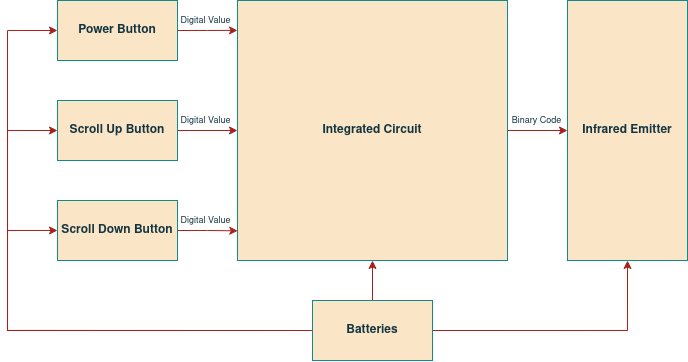
ESRGgroup9/slipad keeps this draw.io diagram as tv_remote/report/images/HW_Arch.png. Above is the earlier version. Source tidied: cells renumbered, new cells last; positions are measured from the earlier drawing's top-left corner, leaving out a move shared by most shapes. Its diagram source:
```xml
<mxGraphModel>
  <root>
    <mxCell id="0" />
    <mxCell id="1" parent="0" />
    <mxCell id="2" style="edgeStyle=orthogonalEdgeStyle;rounded=0;jettySize=auto;html=1;exitX=1;exitY=0.5;exitDx=0;exitDy=0;entryX=0.5;entryY=1;entryDx=0;entryDy=0;labelBackgroundColor=#DAD2D8;strokeColor=#A8201A;fontColor=#143642;" parent="1" edge="1" source="7" target="12">
      <mxGeometry relative="1" as="geometry" />
    </mxCell>
    <mxCell id="3" style="edgeStyle=orthogonalEdgeStyle;rounded=0;jettySize=auto;html=1;exitX=0;exitY=0.5;exitDx=0;exitDy=0;labelBackgroundColor=#DAD2D8;strokeColor=#A8201A;fontColor=#143642;" parent="1" edge="1" source="7" target="9">
      <mxGeometry relative="1" as="geometry">
        <Array as="points">
          <mxPoint y="330" />
          <mxPoint y="230" />
        </Array>
      </mxGeometry>
    </mxCell>
    <mxCell id="4" style="edgeStyle=orthogonalEdgeStyle;rounded=0;jettySize=auto;html=1;exitX=0.5;exitY=0;exitDx=0;exitDy=0;entryX=0.5;entryY=1;entryDx=0;entryDy=0;labelBackgroundColor=#DAD2D8;strokeColor=#A8201A;fontColor=#143642;" parent="1" edge="1" source="7" target="11">
      <mxGeometry relative="1" as="geometry" />
    </mxCell>
    <mxCell id="5" style="edgeStyle=orthogonalEdgeStyle;rounded=0;jettySize=auto;html=1;exitX=0;exitY=0.5;exitDx=0;exitDy=0;entryX=0;entryY=0.5;entryDx=0;entryDy=0;labelBackgroundColor=#DAD2D8;strokeColor=#A8201A;fontColor=#143642;" parent="1" edge="1" source="7" target="14">
      <mxGeometry relative="1" as="geometry">
        <Array as="points">
          <mxPoint y="330" />
          <mxPoint y="130" />
        </Array>
      </mxGeometry>
    </mxCell>
    <mxCell id="6" style="edgeStyle=orthogonalEdgeStyle;rounded=0;jettySize=auto;html=1;exitX=0;exitY=0.5;exitDx=0;exitDy=0;entryX=0;entryY=0.5;entryDx=0;entryDy=0;labelBackgroundColor=#DAD2D8;strokeColor=#A8201A;fontColor=#143642;" parent="1" edge="1" source="7" target="16">
      <mxGeometry relative="1" as="geometry">
        <Array as="points">
          <mxPoint y="330" />
          <mxPoint y="30" />
        </Array>
      </mxGeometry>
    </mxCell>
    <mxCell id="7" value="Batteries" style="rounded=0;whiteSpace=wrap;html=1;fillColor=#FAE5C7;strokeColor=#0F8B8D;fontColor=#143642;fontStyle=1;" parent="1" vertex="1">
      <mxGeometry x="305" y="300" width="120" height="60" as="geometry" />
    </mxCell>
    <mxCell id="8" style="edgeStyle=orthogonalEdgeStyle;rounded=0;jettySize=auto;html=1;exitX=1;exitY=0.5;exitDx=0;exitDy=0;entryX=0.001;entryY=0.886;entryDx=0;entryDy=0;entryPerimeter=0;labelBackgroundColor=#DAD2D8;strokeColor=#A8201A;fontColor=#143642;" parent="1" edge="1" source="9" target="11">
      <mxGeometry relative="1" as="geometry" />
    </mxCell>
    <mxCell id="9" value="Scroll Down Button" style="rounded=0;whiteSpace=wrap;html=1;fillColor=#FAE5C7;strokeColor=#0F8B8D;fontColor=#143642;fontStyle=1;" parent="1" vertex="1">
      <mxGeometry x="50" y="200" width="120" height="60" as="geometry" />
    </mxCell>
    <mxCell id="10" style="edgeStyle=orthogonalEdgeStyle;rounded=0;jettySize=auto;html=1;exitX=1;exitY=0.5;exitDx=0;exitDy=0;entryX=0;entryY=0.5;entryDx=0;entryDy=0;labelBackgroundColor=#DAD2D8;strokeColor=#A8201A;fontColor=#143642;" parent="1" edge="1" source="11" target="12">
      <mxGeometry relative="1" as="geometry" />
    </mxCell>
    <mxCell id="11" value="Integrated Circuit" style="rounded=0;whiteSpace=wrap;html=1;fillColor=#FAE5C7;strokeColor=#0F8B8D;fontColor=#143642;fontStyle=1;" parent="1" vertex="1">
      <mxGeometry x="230" width="270" height="260" as="geometry" />
    </mxCell>
    <mxCell id="12" value="&lt;div&gt;Infrared Emitter&lt;/div&gt;" style="rounded=0;whiteSpace=wrap;html=1;fillColor=#FAE5C7;strokeColor=#0F8B8D;fontColor=#143642;fontStyle=1;" parent="1" vertex="1">
      <mxGeometry x="560" width="120" height="260" as="geometry" />
    </mxCell>
    <mxCell id="13" style="edgeStyle=orthogonalEdgeStyle;rounded=0;jettySize=auto;html=1;exitX=1;exitY=0.5;exitDx=0;exitDy=0;labelBackgroundColor=#DAD2D8;strokeColor=#A8201A;fontColor=#143642;" parent="1" edge="1" source="14" target="11">
      <mxGeometry relative="1" as="geometry" />
    </mxCell>
    <mxCell id="14" value="Scroll Up Button" style="rounded=0;whiteSpace=wrap;html=1;fillColor=#FAE5C7;strokeColor=#0F8B8D;fontColor=#143642;fontStyle=1;" parent="1" vertex="1">
      <mxGeometry x="50" y="100" width="120" height="60" as="geometry" />
    </mxCell>
    <mxCell id="15" style="edgeStyle=orthogonalEdgeStyle;rounded=0;jettySize=auto;html=1;exitX=1;exitY=0.5;exitDx=0;exitDy=0;entryX=0;entryY=0.115;entryDx=0;entryDy=0;entryPerimeter=0;labelBackgroundColor=#DAD2D8;strokeColor=#A8201A;fontColor=#143642;" parent="1" edge="1" source="16" target="11">
      <mxGeometry relative="1" as="geometry" />
    </mxCell>
    <mxCell id="16" value="&lt;div&gt;Power Button&lt;/div&gt;" style="rounded=0;whiteSpace=wrap;html=1;fillColor=#FAE5C7;strokeColor=#0F8B8D;fontColor=#143642;fontStyle=1;" parent="1" vertex="1">
      <mxGeometry x="50" width="120" height="60" as="geometry" />
    </mxCell>
    <mxCell id="17" value="Digital Value" style="text;html=1;align=center;verticalAlign=middle;strokeColor=none;fillColor=none;fontColor=#143642;fontSize=9;" parent="1" vertex="1">
      <mxGeometry x="163" y="10" width="70" height="20" as="geometry" />
    </mxCell>
    <mxCell id="18" value="Digital Value" style="text;html=1;align=center;verticalAlign=middle;strokeColor=none;fillColor=none;fontColor=#143642;fontSize=9;" parent="1" vertex="1">
      <mxGeometry x="163" y="110" width="70" height="20" as="geometry" />
    </mxCell>
    <mxCell id="19" value="Digital Value" style="text;html=1;align=center;verticalAlign=middle;strokeColor=none;fillColor=none;fontColor=#143642;fontSize=9;" parent="1" vertex="1">
      <mxGeometry x="163" y="210" width="70" height="20" as="geometry" />
    </mxCell>
    <mxCell id="20" value="Binary Code" style="text;html=1;align=center;verticalAlign=middle;strokeColor=none;fillColor=none;fontColor=#143642;fontSize=9;" parent="1" vertex="1">
      <mxGeometry x="494" y="110" width="70" height="20" as="geometry" />
    </mxCell>
  </root>
</mxGraphModel>
```
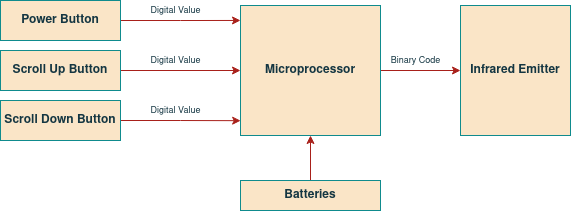
The same diagram one commit later.

What changed in the source:
```diff
@@ -2,77 +2,50 @@
   <root>
     <mxCell id="0" />
     <mxCell id="1" parent="0" />
-    <mxCell id="2" style="edgeStyle=orthogonalEdgeStyle;rounded=0;jettySize=auto;html=1;exitX=1;exitY=0.5;exitDx=0;exitDy=0;entryX=0.5;entryY=1;entryDx=0;entryDy=0;labelBackgroundColor=#DAD2D8;strokeColor=#A8201A;fontColor=#143642;" parent="1" edge="1" source="7" target="12">
-      <mxGeometry relative="1" as="geometry" />
-    </mxCell>
-    <mxCell id="3" style="edgeStyle=orthogonalEdgeStyle;rounded=0;jettySize=auto;html=1;exitX=0;exitY=0.5;exitDx=0;exitDy=0;labelBackgroundColor=#DAD2D8;strokeColor=#A8201A;fontColor=#143642;" parent="1" edge="1" source="7" target="9">
-      <mxGeometry relative="1" as="geometry">
-        <Array as="points">
-          <mxPoint y="330" />
-          <mxPoint y="230" />
-        </Array>
-      </mxGeometry>
-    </mxCell>
     <mxCell id="4" style="edgeStyle=orthogonalEdgeStyle;rounded=0;jettySize=auto;html=1;exitX=0.5;exitY=0;exitDx=0;exitDy=0;entryX=0.5;entryY=1;entryDx=0;entryDy=0;labelBackgroundColor=#DAD2D8;strokeColor=#A8201A;fontColor=#143642;" parent="1" edge="1" source="7" target="11">
       <mxGeometry relative="1" as="geometry" />
     </mxCell>
-    <mxCell id="5" style="edgeStyle=orthogonalEdgeStyle;rounded=0;jettySize=auto;html=1;exitX=0;exitY=0.5;exitDx=0;exitDy=0;entryX=0;entryY=0.5;entryDx=0;entryDy=0;labelBackgroundColor=#DAD2D8;strokeColor=#A8201A;fontColor=#143642;" parent="1" edge="1" source="7" target="14">
-      <mxGeometry relative="1" as="geometry">
-        <Array as="points">
-          <mxPoint y="330" />
-          <mxPoint y="130" />
-        </Array>
-      </mxGeometry>
-    </mxCell>
-    <mxCell id="6" style="edgeStyle=orthogonalEdgeStyle;rounded=0;jettySize=auto;html=1;exitX=0;exitY=0.5;exitDx=0;exitDy=0;entryX=0;entryY=0.5;entryDx=0;entryDy=0;labelBackgroundColor=#DAD2D8;strokeColor=#A8201A;fontColor=#143642;" parent="1" edge="1" source="7" target="16">
-      <mxGeometry relative="1" as="geometry">
-        <Array as="points">
-          <mxPoint y="330" />
-          <mxPoint y="30" />
-        </Array>
-      </mxGeometry>
-    </mxCell>
     <mxCell id="7" value="Batteries" style="rounded=0;whiteSpace=wrap;html=1;fillColor=#FAE5C7;strokeColor=#0F8B8D;fontColor=#143642;fontStyle=1;" parent="1" vertex="1">
-      <mxGeometry x="305" y="300" width="120" height="60" as="geometry" />
+      <mxGeometry x="320" y="240" width="140" height="30" as="geometry" />
     </mxCell>
     <mxCell id="8" style="edgeStyle=orthogonalEdgeStyle;rounded=0;jettySize=auto;html=1;exitX=1;exitY=0.5;exitDx=0;exitDy=0;entryX=0.001;entryY=0.886;entryDx=0;entryDy=0;entryPerimeter=0;labelBackgroundColor=#DAD2D8;strokeColor=#A8201A;fontColor=#143642;" parent="1" edge="1" source="9" target="11">
       <mxGeometry relative="1" as="geometry" />
     </mxCell>
     <mxCell id="9" value="Scroll Down Button" style="rounded=0;whiteSpace=wrap;html=1;fillColor=#FAE5C7;strokeColor=#0F8B8D;fontColor=#143642;fontStyle=1;" parent="1" vertex="1">
-      <mxGeometry x="50" y="200" width="120" height="60" as="geometry" />
+      <mxGeometry x="80" y="160" width="120" height="40" as="geometry" />
     </mxCell>
     <mxCell id="10" style="edgeStyle=orthogonalEdgeStyle;rounded=0;jettySize=auto;html=1;exitX=1;exitY=0.5;exitDx=0;exitDy=0;entryX=0;entryY=0.5;entryDx=0;entryDy=0;labelBackgroundColor=#DAD2D8;strokeColor=#A8201A;fontColor=#143642;" parent="1" edge="1" source="11" target="12">
       <mxGeometry relative="1" as="geometry" />
     </mxCell>
-    <mxCell id="11" value="Integrated Circuit" style="rounded=0;whiteSpace=wrap;html=1;fillColor=#FAE5C7;strokeColor=#0F8B8D;fontColor=#143642;fontStyle=1;" parent="1" vertex="1">
-      <mxGeometry x="230" width="270" height="260" as="geometry" />
+    <mxCell id="11" value="Microprocessor" style="rounded=0;whiteSpace=wrap;html=1;fillColor=#FAE5C7;strokeColor=#0F8B8D;fontColor=#143642;fontStyle=1;" parent="1" vertex="1">
+      <mxGeometry x="320" y="65" width="140" height="130" as="geometry" />
     </mxCell>
     <mxCell id="12" value="&lt;div&gt;Infrared Emitter&lt;/div&gt;" style="rounded=0;whiteSpace=wrap;html=1;fillColor=#FAE5C7;strokeColor=#0F8B8D;fontColor=#143642;fontStyle=1;" parent="1" vertex="1">
-      <mxGeometry x="560" width="120" height="260" as="geometry" />
+      <mxGeometry x="540" y="65" width="110" height="130" as="geometry" />
     </mxCell>
     <mxCell id="13" style="edgeStyle=orthogonalEdgeStyle;rounded=0;jettySize=auto;html=1;exitX=1;exitY=0.5;exitDx=0;exitDy=0;labelBackgroundColor=#DAD2D8;strokeColor=#A8201A;fontColor=#143642;" parent="1" edge="1" source="14" target="11">
       <mxGeometry relative="1" as="geometry" />
     </mxCell>
     <mxCell id="14" value="Scroll Up Button" style="rounded=0;whiteSpace=wrap;html=1;fillColor=#FAE5C7;strokeColor=#0F8B8D;fontColor=#143642;fontStyle=1;" parent="1" vertex="1">
-      <mxGeometry x="50" y="100" width="120" height="60" as="geometry" />
+      <mxGeometry x="80" y="110" width="120" height="40" as="geometry" />
     </mxCell>
     <mxCell id="15" style="edgeStyle=orthogonalEdgeStyle;rounded=0;jettySize=auto;html=1;exitX=1;exitY=0.5;exitDx=0;exitDy=0;entryX=0;entryY=0.115;entryDx=0;entryDy=0;entryPerimeter=0;labelBackgroundColor=#DAD2D8;strokeColor=#A8201A;fontColor=#143642;" parent="1" edge="1" source="16" target="11">
       <mxGeometry relative="1" as="geometry" />
     </mxCell>
     <mxCell id="16" value="&lt;div&gt;Power Button&lt;/div&gt;" style="rounded=0;whiteSpace=wrap;html=1;fillColor=#FAE5C7;strokeColor=#0F8B8D;fontColor=#143642;fontStyle=1;" parent="1" vertex="1">
-      <mxGeometry x="50" width="120" height="60" as="geometry" />
+      <mxGeometry x="80" y="60" width="120" height="40" as="geometry" />
     </mxCell>
     <mxCell id="17" value="Digital Value" style="text;html=1;align=center;verticalAlign=middle;strokeColor=none;fillColor=none;fontColor=#143642;fontSize=9;" parent="1" vertex="1">
-      <mxGeometry x="163" y="10" width="70" height="20" as="geometry" />
+      <mxGeometry x="220" y="60" width="70" height="20" as="geometry" />
     </mxCell>
     <mxCell id="18" value="Digital Value" style="text;html=1;align=center;verticalAlign=middle;strokeColor=none;fillColor=none;fontColor=#143642;fontSize=9;" parent="1" vertex="1">
-      <mxGeometry x="163" y="110" width="70" height="20" as="geometry" />
+      <mxGeometry x="220" y="110" width="70" height="20" as="geometry" />
     </mxCell>
     <mxCell id="19" value="Digital Value" style="text;html=1;align=center;verticalAlign=middle;strokeColor=none;fillColor=none;fontColor=#143642;fontSize=9;" parent="1" vertex="1">
-      <mxGeometry x="163" y="210" width="70" height="20" as="geometry" />
+      <mxGeometry x="220" y="160" width="70" height="20" as="geometry" />
     </mxCell>
     <mxCell id="20" value="Binary Code" style="text;html=1;align=center;verticalAlign=middle;strokeColor=none;fillColor=none;fontColor=#143642;fontSize=9;" parent="1" vertex="1">
-      <mxGeometry x="494" y="110" width="70" height="20" as="geometry" />
+      <mxGeometry x="460" y="110" width="70" height="20" as="geometry" />
     </mxCell>
   </root>
 </mxGraphModel>
```
